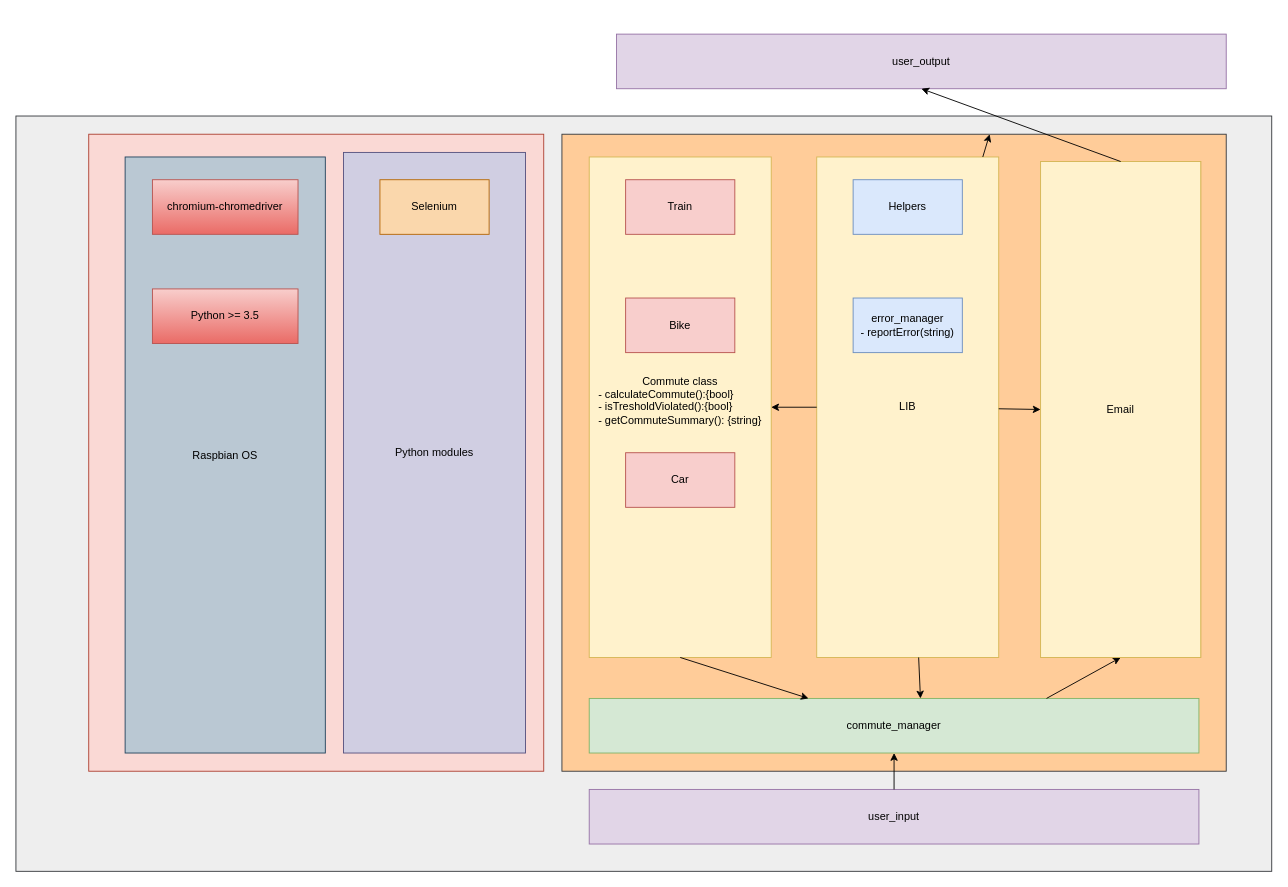
Earlier version of the draw.io diagram architecture.drawio (lIIllIIlIlI/Commute_Manager). Source tidied: cells renumbered, new cells numbered last; positions are measured from the earlier drawing's top-left corner, leaving out a move shared by most shapes. Both pictures are drawn from the tidied source at 91%, with x=0, y=0 at pixel (15, 34).
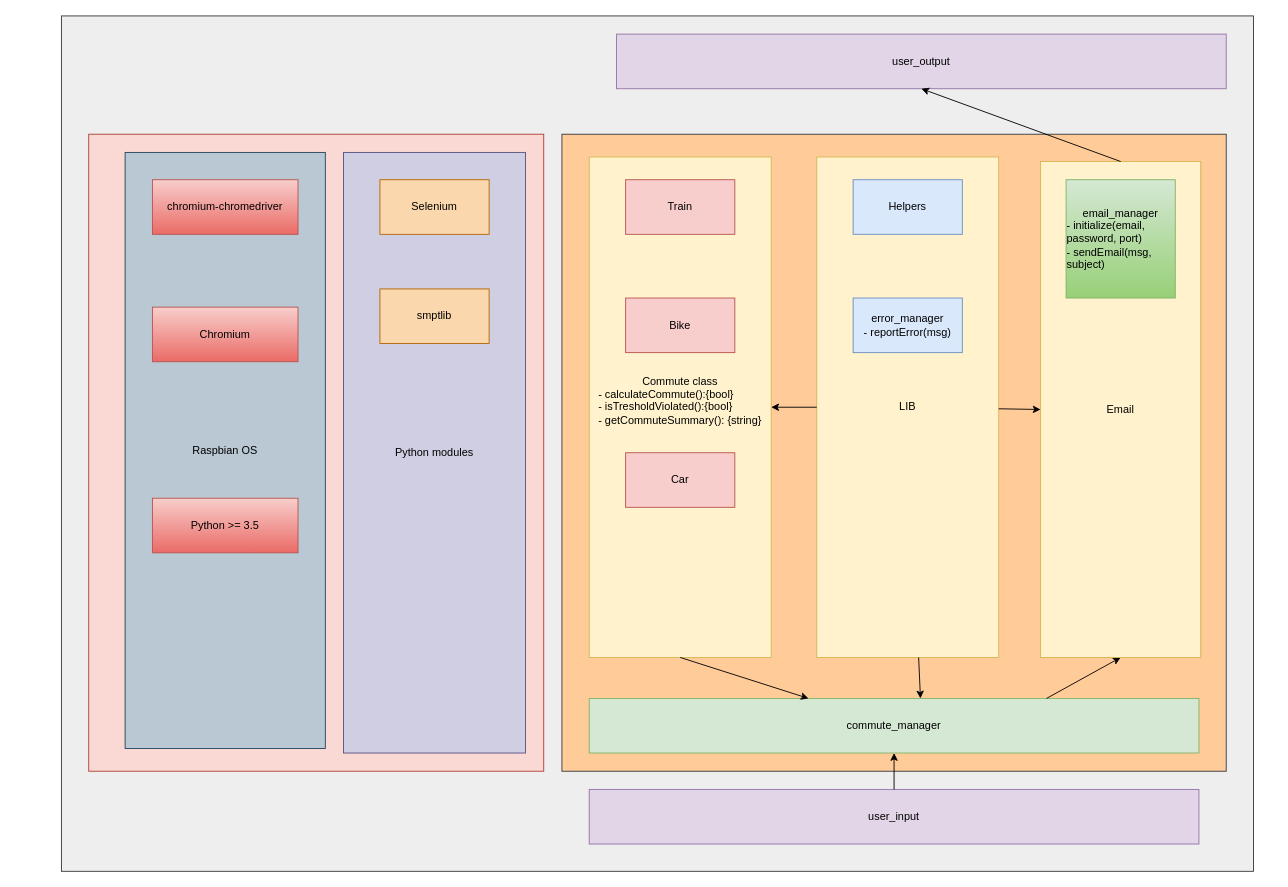
Above is the later version.

Unchanged cells that the change refers to:
```xml
<mxCell id="4" style="rounded=0;whiteSpace=wrap;html=1;fillColor=#ffcc99;strokeColor=#36393d;" parent="1" vertex="1">
  <mxGeometry x="600" y="110" width="730" height="700" as="geometry" />
</mxCell>
<mxCell id="5" value="LIB" style="rounded=0;whiteSpace=wrap;html=1;fillColor=#fff2cc;strokeColor=#d6b656;" parent="1" vertex="1">
  <mxGeometry x="880" y="135" width="200" height="550" as="geometry" />
</mxCell>
```

Change to the diagram source:
```diff
@@
     <mxCell id="2" style="rounded=0;whiteSpace=wrap;html=1;fillColor=#eeeeee;strokeColor=#36393d;" parent="1" vertex="1">
-      <mxGeometry y="90" width="1380" height="830" as="geometry" />
+      <mxGeometry x="50" y="-20" width="1310" height="940" as="geometry" />
     </mxCell>
@@
     <mxCell id="21" value="Raspbian OS" style="rounded=0;whiteSpace=wrap;html=1;fillColor=#bac8d3;strokeColor=#23445d;" parent="1" vertex="1">
-      <mxGeometry x="120" y="135" width="220" height="655" as="geometry" />
+      <mxGeometry x="120" y="130" width="220" height="655" as="geometry" />
     </mxCell>
@@
     <mxCell id="23" value="Python &amp;gt;= 3.5" style="rounded=0;whiteSpace=wrap;html=1;fillColor=#f8cecc;gradientColor=#ea6b66;strokeColor=#b85450;" parent="1" vertex="1">
-      <mxGeometry x="150" y="280" width="160" height="60" as="geometry" />
+      <mxGeometry x="150" y="510" width="160" height="60" as="geometry" />
     </mxCell>
@@
-    <mxCell id="26" value="&lt;div&gt;error_manager&lt;/div&gt;&lt;div align=&quot;left&quot;&gt;- reportError(string)&lt;br&gt;&lt;/div&gt;" style="rounded=0;whiteSpace=wrap;html=1;fillColor=#dae8fc;strokeColor=#6c8ebf;" parent="1" vertex="1">
+    <mxCell id="26" value="&lt;div&gt;error_manager&lt;/div&gt;&lt;div align=&quot;left&quot;&gt;- reportError(msg)&lt;br&gt;&lt;/div&gt;" style="rounded=0;whiteSpace=wrap;html=1;fillColor=#dae8fc;strokeColor=#6c8ebf;" parent="1" vertex="1">
       <mxGeometry x="920" y="290" width="120" height="60" as="geometry" />
     </mxCell>
-    <mxCell id="27" style="endArrow=classic;html=1;" parent="1" edge="1" source="5" target="4">
-      <mxGeometry relative="1" as="geometry" />
-    </mxCell>
@@
+    <mxCell id="30" value="smptlib" style="rounded=0;whiteSpace=wrap;html=1;fillColor=#fad7ac;strokeColor=#b46504;" parent="1" vertex="1">
+      <mxGeometry x="400" y="280" width="120" height="60" as="geometry" />
+    </mxCell>
+    <mxCell id="31" value="&lt;div&gt;email_manager&lt;/div&gt;&lt;div align=&quot;left&quot;&gt;- initialize(email, password, port)&lt;br&gt;&lt;/div&gt;&lt;div align=&quot;left&quot;&gt;- sendEmail(msg, subject)&lt;br&gt;&lt;/div&gt;" style="rounded=0;whiteSpace=wrap;html=1;fillColor=#d5e8d4;strokeColor=#82b366;gradientColor=#97d077;" parent="1" vertex="1">
+      <mxGeometry x="1154" y="160" width="120" height="130" as="geometry" />
+    </mxCell>
+    <mxCell id="32" value="Chromium" style="rounded=0;whiteSpace=wrap;html=1;fillColor=#f8cecc;gradientColor=#ea6b66;strokeColor=#b85450;" parent="1" vertex="1">
+      <mxGeometry x="150" y="300" width="160" height="60" as="geometry" />
+    </mxCell>
```
